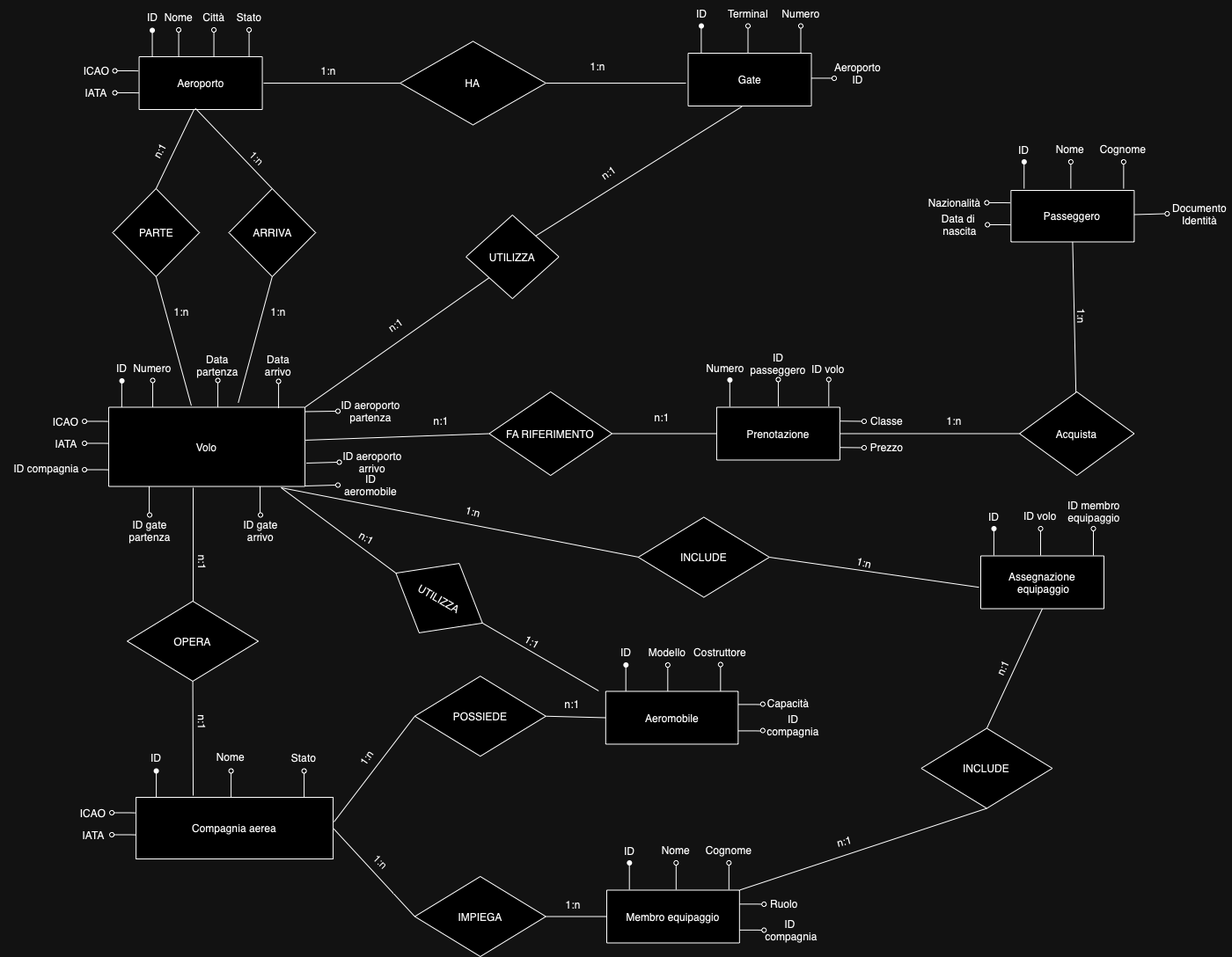
albertocnve1/proj_DB keeps this draw.io diagram as Schema concettuale ER.png. Above is the earlier version. Source tidied: cells renumbered, new cells last; positions are measured from the earlier drawing's top-left corner, leaving out a move shared by most shapes.
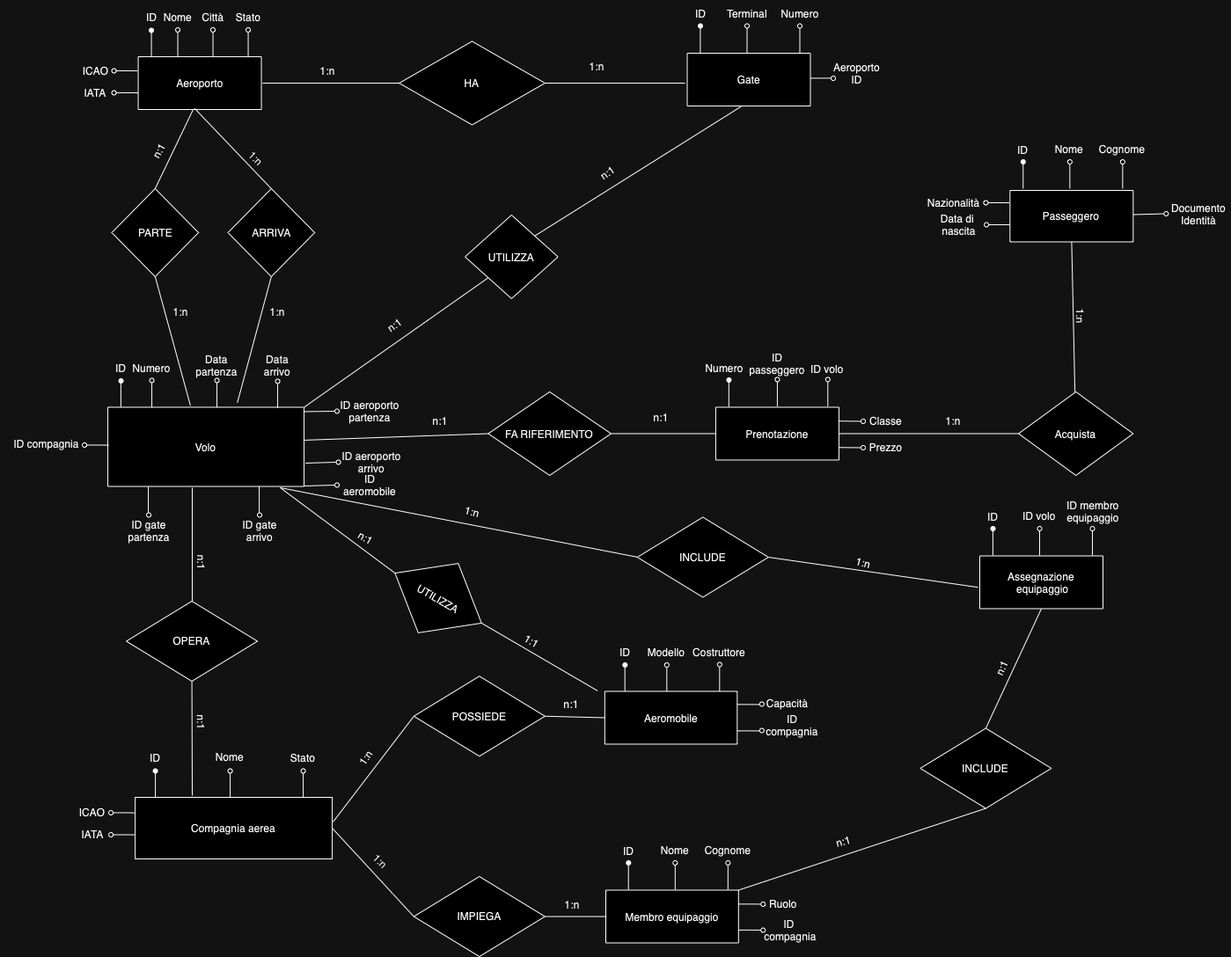
Later version of the same file.

The edit, as a diff of the source:
```diff
@@ -310,36 +310,6 @@
     <mxCell id="73" value="ID aeroporto&lt;div&gt;partenza&lt;/div&gt;" style="text;html=1;align=center;verticalAlign=middle;whiteSpace=wrap;rounded=0;" parent="1" vertex="1">
       <mxGeometry x="387.1" y="452" width="70" height="30" as="geometry" />
     </mxCell>
-    <mxCell id="74" style="endArrow=none;html=1;rounded=0;entryX=-0.027;entryY=0.269;entryDx=0;entryDy=0;entryPerimeter=0;" parent="1" edge="1">
-      <mxGeometry relative="1" as="geometry">
-        <mxPoint x="97.1" y="478.5" as="sourcePoint" />
-        <mxPoint x="123.3" y="478.6" as="targetPoint" />
-        <Array as="points">
-          <mxPoint x="117.1" y="478.5" />
-        </Array>
-      </mxGeometry>
-    </mxCell>
-    <mxCell id="75" value="ICAO" style="text;html=1;align=center;verticalAlign=middle;whiteSpace=wrap;rounded=0;" parent="1" vertex="1">
-      <mxGeometry x="47.1" y="463.5" width="57" height="30" as="geometry" />
-    </mxCell>
-    <mxCell id="76" style="endArrow=none;html=1;rounded=0;entryX=-0.027;entryY=0.269;entryDx=0;entryDy=0;entryPerimeter=0;" parent="1" edge="1">
-      <mxGeometry relative="1" as="geometry">
-        <mxPoint x="97.8" y="503.5" as="sourcePoint" />
-        <mxPoint x="124.1" y="503.6" as="targetPoint" />
-        <Array as="points">
-          <mxPoint x="117.8" y="503.5" />
-        </Array>
-      </mxGeometry>
-    </mxCell>
-    <mxCell id="77" value="IATA" style="text;html=1;align=center;verticalAlign=middle;whiteSpace=wrap;rounded=0;" parent="1" vertex="1">
-      <mxGeometry x="47.8" y="488.5" width="56.2" height="30" as="geometry" />
-    </mxCell>
-    <mxCell id="78" style="ellipse;whiteSpace=wrap;html=1;" parent="1" vertex="1">
-      <mxGeometry x="94.1" y="476" width="5" height="5" as="geometry" />
-    </mxCell>
-    <mxCell id="79" style="ellipse;whiteSpace=wrap;html=1;" parent="1" vertex="1">
-      <mxGeometry x="94.1" y="501" width="5" height="5" as="geometry" />
-    </mxCell>
     <mxCell id="80" style="ellipse;whiteSpace=wrap;html=1;" parent="1" vertex="1">
       <mxGeometry x="171.6" y="429.5" width="5" height="5" as="geometry" />
     </mxCell>
@@ -384,18 +354,18 @@
     </mxCell>
     <mxCell id="91" style="endArrow=none;html=1;rounded=0;entryX=-0.027;entryY=0.269;entryDx=0;entryDy=0;entryPerimeter=0;" parent="1" edge="1">
       <mxGeometry relative="1" as="geometry">
-        <mxPoint x="97.8" y="533.5" as="sourcePoint" />
-        <mxPoint x="124.1" y="533.6" as="targetPoint" />
+        <mxPoint x="98.9" y="505.5" as="sourcePoint" />
+        <mxPoint x="125.1" y="505.6" as="targetPoint" />
         <Array as="points">
-          <mxPoint x="117.8" y="533.5" />
+          <mxPoint x="118.9" y="505.5" />
         </Array>
       </mxGeometry>
     </mxCell>
     <mxCell id="92" value="ID compagnia" style="text;html=1;align=center;verticalAlign=middle;whiteSpace=wrap;rounded=0;" parent="1" vertex="1">
-      <mxGeometry x="0.1" y="516.5" width="107" height="30" as="geometry" />
+      <mxGeometry x="1.1" y="488.5" width="107" height="30" as="geometry" />
     </mxCell>
     <mxCell id="93" style="ellipse;whiteSpace=wrap;html=1;" parent="1" vertex="1">
-      <mxGeometry x="94.1" y="531" width="5" height="5" as="geometry" />
+      <mxGeometry x="95.1" y="503" width="5" height="5" as="geometry" />
     </mxCell>
     <mxCell id="94" style="endArrow=none;html=1;rounded=0;exitX=1;exitY=0.25;exitDx=0;exitDy=0;" parent="1" edge="1" source="97">
       <mxGeometry relative="1" as="geometry">
```
